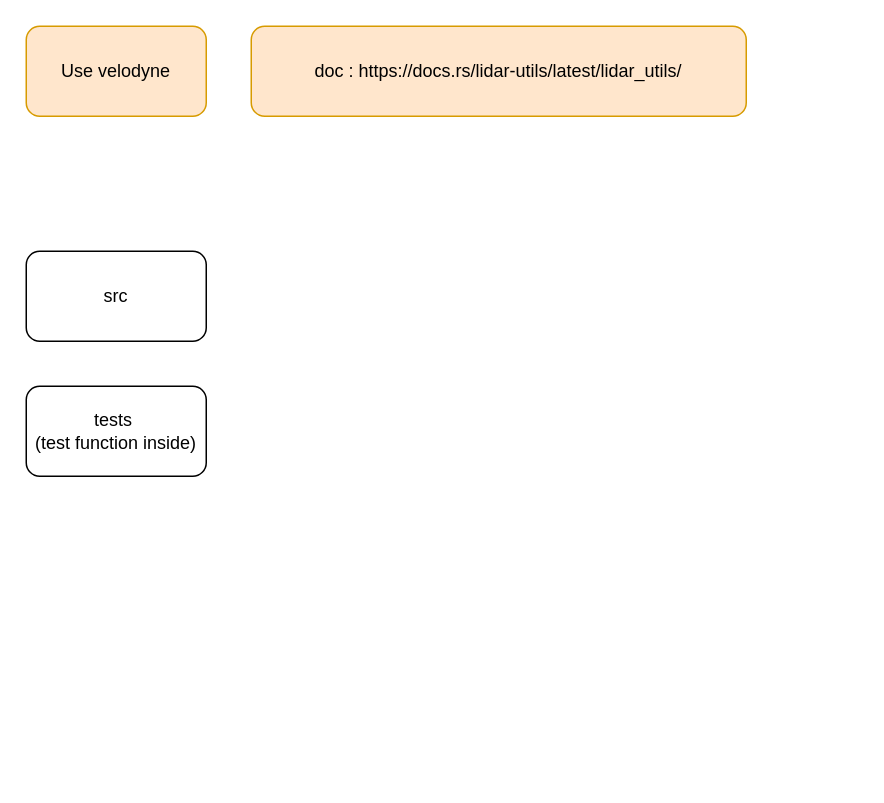
Earlier version of the draw.io diagram rust-lidar-utils.drawio (YueChuCheng/Wayside_draw). Source tidied: cells renumbered, new cells numbered last; positions are measured from the earlier drawing's top-left corner, leaving out a move shared by most shapes. Both pictures are drawn from the tidied source at 150%, with x=0, y=0 at pixel (26, 26).
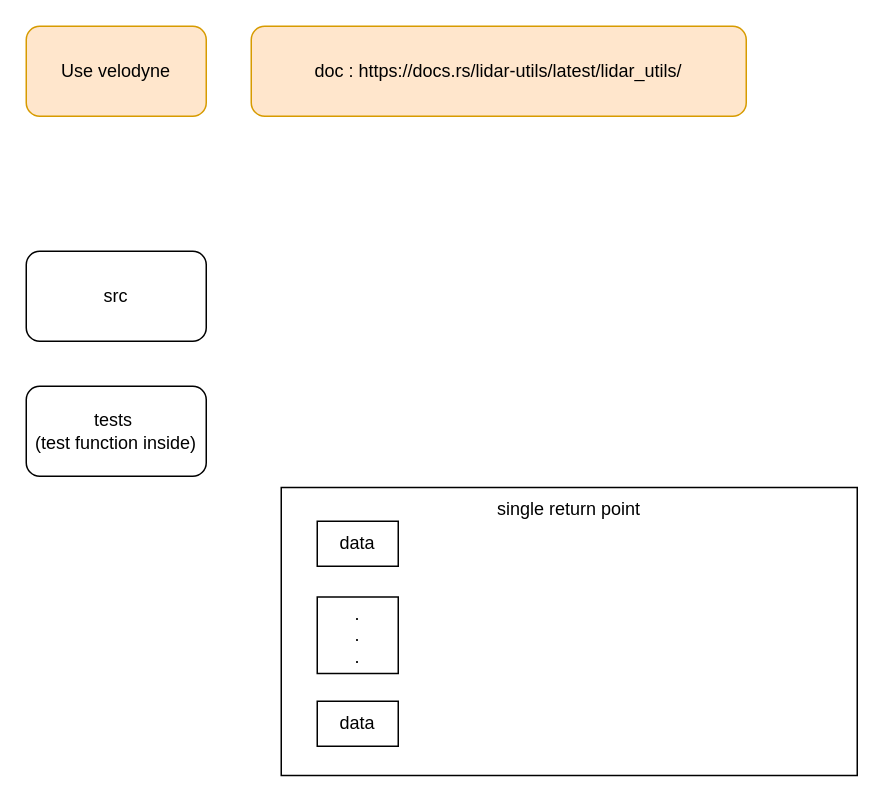
Above is the later version.

What changed in the source:
```diff
@@
 <mxGraphModel>
   <root>
     <mxCell id="0" />
     <mxCell id="1" parent="0" />
+    <mxCell id="6" value="single return point" style="rounded=0;whiteSpace=wrap;html=1;verticalAlign=top;" parent="1" vertex="1">
+      <mxGeometry x="170" y="307.5" width="384" height="192" as="geometry" />
+    </mxCell>
     <mxCell id="2" value="tests&amp;nbsp;&lt;br&gt;(test function inside)" style="rounded=1;whiteSpace=wrap;html=1;" parent="1" vertex="1">
       <mxGeometry y="240" width="120" height="60" as="geometry" />
     </mxCell>
     <mxCell id="3" value="src" style="rounded=1;whiteSpace=wrap;html=1;" parent="1" vertex="1">
       <mxGeometry y="150" width="120" height="60" as="geometry" />
     </mxCell>
     <mxCell id="4" value="Use velodyne" style="rounded=1;whiteSpace=wrap;html=1;fillColor=#ffe6cc;strokeColor=#d79b00;" parent="1" vertex="1">
       <mxGeometry width="120" height="60" as="geometry" />
     </mxCell>
     <mxCell id="5" value="doc :&amp;nbsp;https://docs.rs/lidar-utils/latest/lidar_utils/" style="rounded=1;whiteSpace=wrap;html=1;fillColor=#ffe6cc;strokeColor=#d79b00;" parent="1" vertex="1">
       <mxGeometry x="150" width="330" height="60" as="geometry" />
     </mxCell>
+    <mxCell id="7" value="data" style="rounded=0;whiteSpace=wrap;html=1;" parent="1" vertex="1">
+      <mxGeometry x="194" y="450" width="54" height="30" as="geometry" />
+    </mxCell>
+    <mxCell id="8" value="data" style="rounded=0;whiteSpace=wrap;html=1;" parent="1" vertex="1">
+      <mxGeometry x="194" y="330" width="54" height="30" as="geometry" />
+    </mxCell>
+    <mxCell id="9" value=".&lt;br&gt;.&lt;br&gt;.&lt;br&gt;" style="rounded=0;whiteSpace=wrap;html=1;" parent="1" vertex="1">
+      <mxGeometry x="194" y="380.5" width="54" height="51" as="geometry" />
+    </mxCell>
   </root>
 </mxGraphModel>
```
